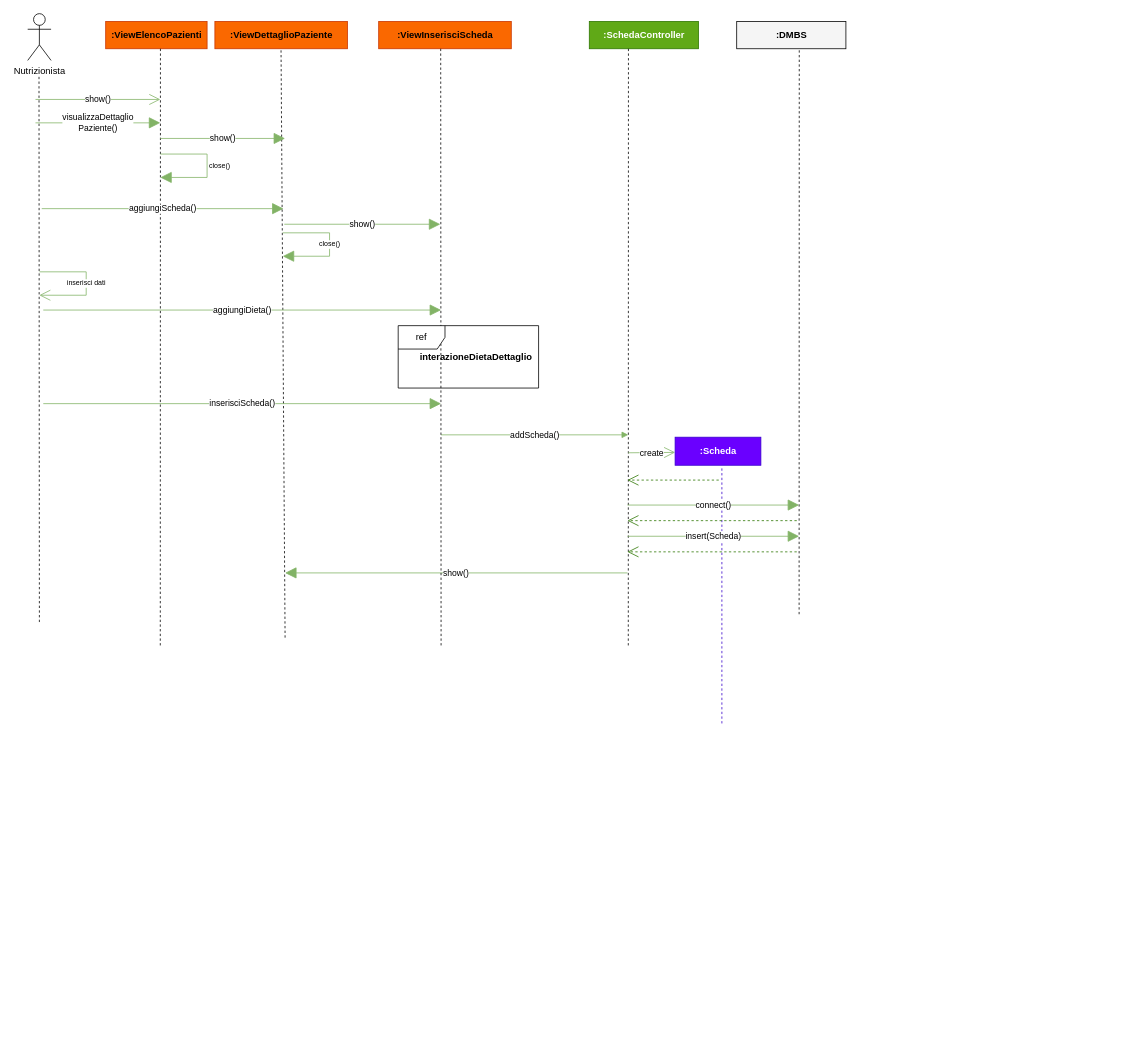
Earlier version of the draw.io diagram Interazioni/interazioneAggiungiSchedaDettaglio.drawio (DeborohNoah/IngSoft). Source tidied: cells renumbered, new cells numbered last; positions are measured from the earlier drawing's top-left corner, leaving out a move shared by most shapes. Both pictures are drawn from the tidied source at 78%, with x=0, y=0 at pixel (27, 13).
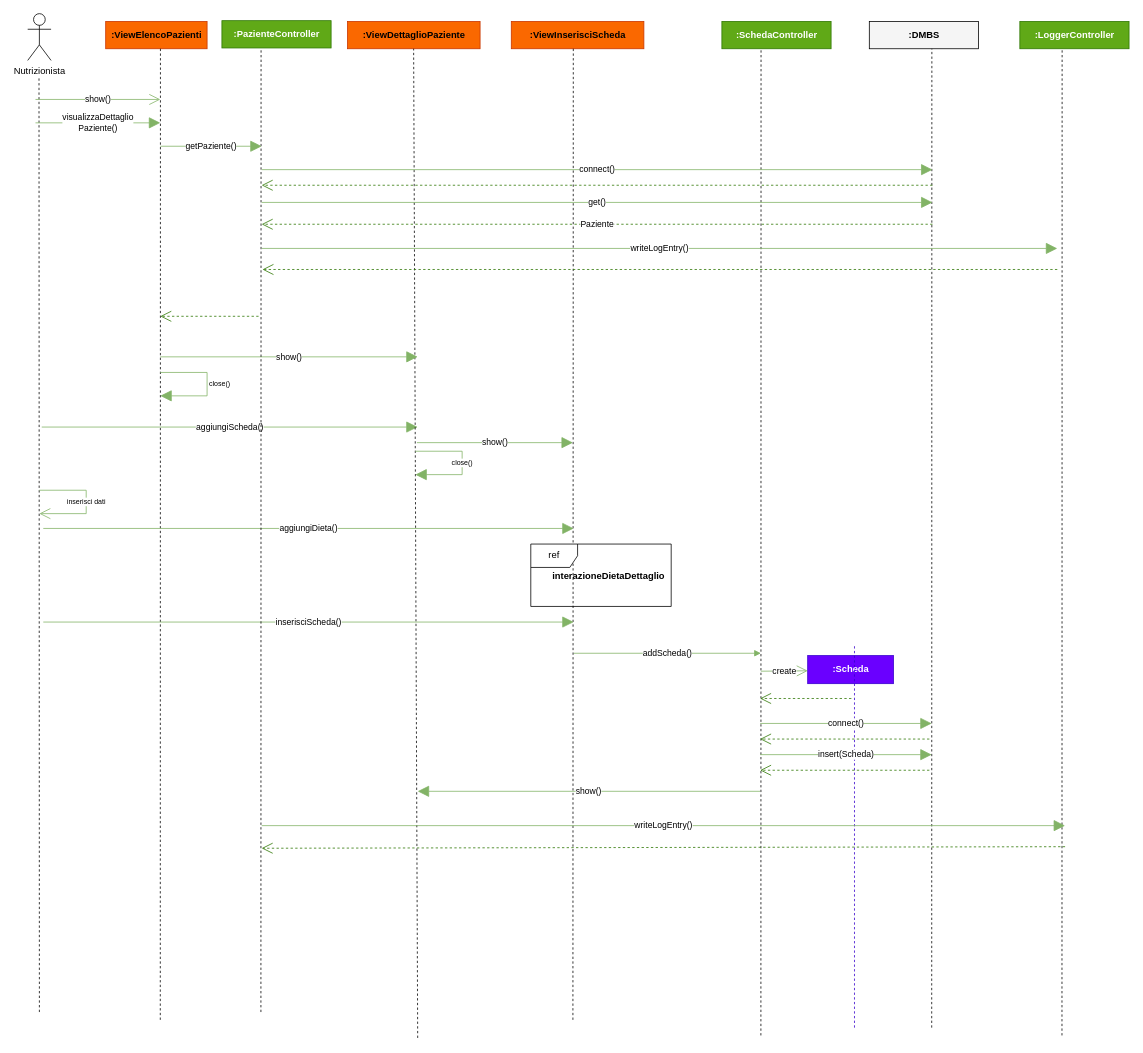
Above is the later version.

Commit message (it also covers changes not shown here):
correzioni diagrammi interazione

What changed in the source:
```diff
@@
     <mxCell id="3" style="endArrow=none;html=1;rounded=0;dashed=1;" parent="1" edge="1">
       <mxGeometry relative="1" as="geometry">
-        <mxPoint x="15" y="780" as="sourcePoint" />
+        <mxPoint x="15" y="1280" as="sourcePoint" />
         <mxPoint x="14.5" y="80" as="targetPoint" />
       </mxGeometry>
     </mxCell>
@@
     <mxCell id="5" style="endArrow=none;html=1;rounded=0;dashed=1;" parent="1" edge="1">
       <mxGeometry relative="1" as="geometry">
-        <mxPoint x="170" y="810" as="sourcePoint" />
+        <mxPoint x="170" y="1290" as="sourcePoint" />
         <mxPoint x="170.2" y="45" as="targetPoint" />
       </mxGeometry>
     </mxCell>
@@
     <mxCell id="8" value="&lt;b&gt;:SchedaController&lt;/b&gt;" style="html=1;fillColor=#60a917;fontColor=#ffffff;strokeColor=#2D7600;" parent="1" vertex="1">
-      <mxGeometry x="720" y="10" width="140" height="35" as="geometry" />
+      <mxGeometry x="890" y="10" width="140" height="35" as="geometry" />
     </mxCell>
     <mxCell id="9" style="endArrow=none;html=1;rounded=0;dashed=1;" parent="1" edge="1">
       <mxGeometry relative="1" as="geometry">
-        <mxPoint x="770" y="810" as="sourcePoint" />
-        <mxPoint x="770.2" y="45" as="targetPoint" />
+        <mxPoint x="940" y="1310" as="sourcePoint" />
+        <mxPoint x="940.2" y="45" as="targetPoint" />
       </mxGeometry>
     </mxCell>
     <mxCell id="10" value="aggiungiScheda()" style="endArrow=block;endSize=12;html=1;rounded=0;fillColor=#d5e8d4;gradientColor=#97d077;strokeColor=#82b366;endFill=1;" parent="1" edge="1">
       <mxGeometry relative="1" as="geometry">
-        <mxPoint x="18" y="250" as="sourcePoint" />
-        <mxPoint x="328" y="250" as="targetPoint" />
+        <mxPoint x="18" y="530" as="sourcePoint" />
+        <mxPoint x="500" y="530" as="targetPoint" />
       </mxGeometry>
     </mxCell>
     <mxCell id="11" value="create" style="endArrow=open;endSize=12;html=1;rounded=0;fillColor=#d5e8d4;gradientColor=#97d077;strokeColor=#82b366;entryX=0;entryY=0.5;entryDx=0;entryDy=0;" parent="1" edge="1">
       <mxGeometry relative="1" as="geometry">
-        <mxPoint x="770" y="563" as="sourcePoint" />
-        <mxPoint x="830" y="562.5" as="targetPoint" />
+        <mxPoint x="940" y="843" as="sourcePoint" />
+        <mxPoint x="1000" y="842.5" as="targetPoint" />
       </mxGeometry>
     </mxCell>
     <mxCell id="12" value="&lt;b&gt;:Scheda&lt;/b&gt;" style="html=1;fillColor=#6a00ff;fontColor=#ffffff;strokeColor=#3700CC;" parent="1" vertex="1">
-      <mxGeometry x="830" y="543" width="110" height="36" as="geometry" />
+      <mxGeometry x="1000" y="823" width="110" height="36" as="geometry" />
     </mxCell>
     <mxCell id="13" style="endArrow=none;html=1;rounded=0;dashed=1;fillColor=#6a00ff;strokeColor=#3700CC;" parent="1" edge="1">
       <mxGeometry relative="1" as="geometry">
-        <mxPoint x="890" y="910" as="sourcePoint" />
-        <mxPoint x="890" y="581" as="targetPoint" />
+        <mxPoint x="1060" y="1300" as="sourcePoint" />
+        <mxPoint x="1060" y="811" as="targetPoint" />
       </mxGeometry>
     </mxCell>
     <mxCell id="14" value="&lt;b&gt;:ViewDettaglioPaziente&lt;/b&gt;" style="html=1;fillColor=#fa6800;fontColor=#000000;strokeColor=#C73500;" parent="1" vertex="1">
-      <mxGeometry x="240" y="10" width="170" height="35" as="geometry" />
+      <mxGeometry x="410" y="10" width="170" height="35" as="geometry" />
     </mxCell>
     <mxCell id="15" style="endArrow=none;html=1;rounded=0;dashed=1;" parent="1" edge="1">
       <mxGeometry relative="1" as="geometry">
-        <mxPoint x="330" y="800" as="sourcePoint" />
-        <mxPoint x="324.8" y="45" as="targetPoint" />
+        <mxPoint x="500" y="1313.2" as="sourcePoint" />
+        <mxPoint x="494.8" y="45" as="targetPoint" />
       </mxGeometry>
     </mxCell>
     <mxCell id="16" value="show()" style="endArrow=block;endSize=12;html=1;rounded=0;fillColor=#d5e8d4;gradientColor=#97d077;strokeColor=#82b366;endFill=1;" parent="1" edge="1">
       <mxGeometry relative="1" as="geometry">
-        <mxPoint x="170" y="160" as="sourcePoint" />
-        <mxPoint x="330" y="160" as="targetPoint" />
+        <mxPoint x="170" y="440" as="sourcePoint" />
+        <mxPoint x="500" y="440" as="targetPoint" />
       </mxGeometry>
     </mxCell>
     <mxCell id="17" style="endArrow=block;endFill=1;endSize=12;html=1;rounded=0;fontSize=9;strokeColor=#82B366;" parent="1" edge="1">
       <mxGeometry relative="1" as="geometry">
-        <mxPoint x="170" y="180" as="sourcePoint" />
-        <mxPoint x="170" y="210" as="targetPoint" />
+        <mxPoint x="170" y="460" as="sourcePoint" />
+        <mxPoint x="170" y="490" as="targetPoint" />
         <Array as="points">
-          <mxPoint x="230" y="180" />
-          <mxPoint x="230" y="210" />
+          <mxPoint x="230" y="460" />
+          <mxPoint x="230" y="490" />
         </Array>
       </mxGeometry>
     </mxCell>
     <mxCell id="18" value="close()" style="text;html=1;align=center;verticalAlign=middle;strokeColor=none;fillColor=none;fontSize=9;" parent="1" vertex="1">
-      <mxGeometry x="226" y="185" width="40" height="20" as="geometry" />
+      <mxGeometry x="226" y="465" width="40" height="20" as="geometry" />
     </mxCell>
     <mxCell id="19" style="endArrow=open;endFill=1;endSize=12;html=1;rounded=0;fillColor=#60a917;strokeColor=#2D7600;dashed=1;" parent="1" edge="1">
       <mxGeometry relative="1" as="geometry">
-        <mxPoint x="886" y="598" as="sourcePoint" />
-        <mxPoint x="769" y="598" as="targetPoint" />
+        <mxPoint x="1056" y="878" as="sourcePoint" />
+        <mxPoint x="939" y="878" as="targetPoint" />
       </mxGeometry>
     </mxCell>
     <mxCell id="20" value="addScheda()" style="endArrow=none;endSize=12;html=1;rounded=0;fillColor=#d5e8d4;gradientColor=#97d077;strokeColor=#82b366;endFill=0;startArrow=block;startFill=1;" parent="1" edge="1">
       <mxGeometry relative="1" as="geometry">
-        <mxPoint x="770" y="540" as="sourcePoint" />
-        <mxPoint x="530" y="540" as="targetPoint" />
+        <mxPoint x="940" y="820" as="sourcePoint" />
+        <mxPoint x="700" y="820" as="targetPoint" />
       </mxGeometry>
     </mxCell>
     <mxCell id="21" value="show()" style="endArrow=block;endSize=12;html=1;rounded=0;fillColor=#d5e8d4;gradientColor=#97d077;strokeColor=#82b366;endFill=1;" parent="1" edge="1">
       <mxGeometry relative="1" as="geometry">
-        <mxPoint x="769" y="717" as="sourcePoint" />
-        <mxPoint x="330" y="717" as="targetPoint" />
+        <mxPoint x="939" y="997" as="sourcePoint" />
+        <mxPoint x="500" y="997" as="targetPoint" />
       </mxGeometry>
     </mxCell>
     <mxCell id="22" value="&lt;b&gt;&lt;font color=&quot;#000000&quot;&gt;:DMBS&lt;/font&gt;&lt;/b&gt;" style="html=1;fillColor=#F5F5F5;fontColor=#ffffff;strokeColor=#000000;" parent="1" vertex="1">
-      <mxGeometry x="909" y="10" width="140" height="35" as="geometry" />
+      <mxGeometry x="1079" y="10" width="140" height="35" as="geometry" />
     </mxCell>
     <mxCell id="23" style="endArrow=none;html=1;rounded=0;dashed=1;" parent="1" edge="1">
       <mxGeometry relative="1" as="geometry">
-        <mxPoint x="989" y="770" as="sourcePoint" />
-        <mxPoint x="989.2" y="45" as="targetPoint" />
+        <mxPoint x="1159" y="1300" as="sourcePoint" />
+        <mxPoint x="1159.2" y="45" as="targetPoint" />
       </mxGeometry>
     </mxCell>
     <mxCell id="24" value="connect()" style="endArrow=block;endSize=12;html=1;rounded=0;fillColor=#d5e8d4;gradientColor=#97d077;strokeColor=#82b366;endFill=1;" parent="1" edge="1">
       <mxGeometry relative="1" as="geometry">
-        <mxPoint x="769" y="630" as="sourcePoint" />
-        <mxPoint x="989" y="630" as="targetPoint" />
+        <mxPoint x="939" y="910" as="sourcePoint" />
+        <mxPoint x="1159" y="910" as="targetPoint" />
       </mxGeometry>
     </mxCell>
     <mxCell id="25" style="endArrow=open;endFill=1;endSize=12;html=1;rounded=0;fillColor=#60a917;strokeColor=#2D7600;dashed=1;" parent="1" edge="1">
       <mxGeometry relative="1" as="geometry">
-        <mxPoint x="986" y="650" as="sourcePoint" />
-        <mxPoint x="769" y="650" as="targetPoint" />
+        <mxPoint x="1156" y="930" as="sourcePoint" />
+        <mxPoint x="939" y="930" as="targetPoint" />
       </mxGeometry>
     </mxCell>
     <mxCell id="26" style="endArrow=open;endFill=1;endSize=12;html=1;rounded=0;fillColor=#60a917;strokeColor=#2D7600;dashed=1;" parent="1" edge="1">
       <mxGeometry relative="1" as="geometry">
-        <mxPoint x="986" y="690" as="sourcePoint" />
-        <mxPoint x="769" y="690" as="targetPoint" />
+        <mxPoint x="1156" y="970" as="sourcePoint" />
+        <mxPoint x="939" y="970" as="targetPoint" />
       </mxGeometry>
     </mxCell>
     <mxCell id="27" value="insert(Scheda)" style="endArrow=block;endSize=12;html=1;rounded=0;fillColor=#d5e8d4;gradientColor=#97d077;strokeColor=#82b366;endFill=1;" parent="1" edge="1">
       <mxGeometry relative="1" as="geometry">
-        <mxPoint x="769" y="670" as="sourcePoint" />
-        <mxPoint x="989" y="670" as="targetPoint" />
+        <mxPoint x="939" y="950" as="sourcePoint" />
+        <mxPoint x="1159" y="950" as="targetPoint" />
       </mxGeometry>
     </mxCell>
     <mxCell id="28" value="&lt;b&gt;:ViewInserisciScheda&lt;/b&gt;" style="html=1;fillColor=#fa6800;fontColor=#000000;strokeColor=#C73500;" parent="1" vertex="1">
-      <mxGeometry x="450" y="10" width="170" height="35" as="geometry" />
+      <mxGeometry x="620" y="10" width="170" height="35" as="geometry" />
     </mxCell>
     <mxCell id="29" style="endArrow=none;html=1;rounded=0;dashed=1;" parent="1" edge="1">
       <mxGeometry relative="1" as="geometry">
-        <mxPoint x="530" y="810" as="sourcePoint" />
-        <mxPoint x="529.5" y="45" as="targetPoint" />
+        <mxPoint x="699" y="1290" as="sourcePoint" />
+        <mxPoint x="699.5" y="45" as="targetPoint" />
       </mxGeometry>
     </mxCell>
     <mxCell id="30" value="close()" style="endArrow=block;endFill=1;endSize=12;html=1;rounded=0;fontSize=9;strokeColor=#82B366;" parent="1" edge="1">
       <mxGeometry relative="1" as="geometry">
-        <mxPoint x="327" y="281" as="sourcePoint" />
-        <mxPoint x="327" y="311" as="targetPoint" />
+        <mxPoint x="497" y="561" as="sourcePoint" />
+        <mxPoint x="497" y="591" as="targetPoint" />
         <Array as="points">
-          <mxPoint x="387" y="281" />
-          <mxPoint x="387" y="311" />
+          <mxPoint x="557" y="561" />
+          <mxPoint x="557" y="591" />
         </Array>
       </mxGeometry>
     </mxCell>
     <mxCell id="31" value="show()" style="endArrow=block;endSize=12;html=1;rounded=0;fillColor=#d5e8d4;gradientColor=#97d077;strokeColor=#82b366;endFill=1;" parent="1" edge="1">
       <mxGeometry relative="1" as="geometry">
-        <mxPoint x="329" y="270" as="sourcePoint" />
-        <mxPoint x="529" y="270" as="targetPoint" />
+        <mxPoint x="499" y="550" as="sourcePoint" />
+        <mxPoint x="699" y="550" as="targetPoint" />
       </mxGeometry>
     </mxCell>
     <mxCell id="32" value="inserisci dati" style="endArrow=open;endFill=0;endSize=12;html=1;rounded=0;fontSize=9;strokeColor=#82B366;" parent="1" edge="1">
       <mxGeometry relative="1" as="geometry">
-        <mxPoint x="15" y="331" as="sourcePoint" />
-        <mxPoint x="15" y="361" as="targetPoint" />
+        <mxPoint x="15" y="611" as="sourcePoint" />
+        <mxPoint x="15" y="641" as="targetPoint" />
         <Array as="points">
-          <mxPoint x="75" y="331" />
-          <mxPoint x="75" y="361" />
+          <mxPoint x="75" y="611" />
+          <mxPoint x="75" y="641" />
         </Array>
       </mxGeometry>
     </mxCell>
     <mxCell id="33" value="aggiungiDieta()" style="endArrow=block;endSize=12;html=1;rounded=0;fillColor=#d5e8d4;gradientColor=#97d077;strokeColor=#82b366;endFill=1;" parent="1" edge="1">
       <mxGeometry relative="1" as="geometry">
-        <mxPoint x="20" y="380" as="sourcePoint" />
-        <mxPoint x="530" y="380" as="targetPoint" />
+        <mxPoint x="20" y="660" as="sourcePoint" />
+        <mxPoint x="700" y="660" as="targetPoint" />
       </mxGeometry>
     </mxCell>
     <mxCell id="34" value="ref" style="shape=umlFrame;whiteSpace=wrap;html=1;" parent="1" vertex="1">
-      <mxGeometry x="475" y="400" width="180" height="80" as="geometry" />
+      <mxGeometry x="645" y="680" width="180" height="80" as="geometry" />
     </mxCell>
     <mxCell id="35" value="interazioneDietaDettaglio" style="text;align=center;fontStyle=1;verticalAlign=middle;spacingLeft=3;spacingRight=3;strokeColor=none;" parent="1" vertex="1">
-      <mxGeometry x="535" y="427" width="80" height="26" as="geometry" />
+      <mxGeometry x="705" y="707" width="80" height="26" as="geometry" />
     </mxCell>
     <mxCell id="36" value="inserisciScheda()" style="endArrow=block;endSize=12;html=1;rounded=0;fillColor=#d5e8d4;gradientColor=#97d077;strokeColor=#82b366;endFill=1;" parent="1" edge="1">
       <mxGeometry relative="1" as="geometry">
-        <mxPoint x="20" y="500" as="sourcePoint" />
-        <mxPoint x="530" y="500" as="targetPoint" />
+        <mxPoint x="20" y="780" as="sourcePoint" />
+        <mxPoint x="700" y="780" as="targetPoint" />
       </mxGeometry>
     </mxCell>
+    <mxCell id="37" value="&lt;b&gt;:LoggerController&lt;/b&gt;" style="html=1;fillColor=#60a917;fontColor=#ffffff;strokeColor=#2D7600;" parent="1" vertex="1">
+      <mxGeometry x="1272" y="10" width="140" height="35" as="geometry" />
+    </mxCell>
+    <mxCell id="38" style="endArrow=none;html=1;rounded=0;dashed=1;" parent="1" edge="1">
+      <mxGeometry relative="1" as="geometry">
+        <mxPoint x="1326" y="1310" as="sourcePoint" />
+        <mxPoint x="1326.2" y="45" as="targetPoint" />
+      </mxGeometry>
+    </mxCell>
+    <mxCell id="39" value="&lt;b&gt;:PazienteController&lt;/b&gt;" style="html=1;fillColor=#60a917;fontColor=#ffffff;strokeColor=#2D7600;" parent="1" vertex="1">
+      <mxGeometry x="249" y="9" width="140" height="35" as="geometry" />
+    </mxCell>
+    <mxCell id="40" style="endArrow=none;html=1;rounded=0;dashed=1;" parent="1" edge="1">
+      <mxGeometry relative="1" as="geometry">
+        <mxPoint x="299" y="1280" as="sourcePoint" />
+        <mxPoint x="299.2" y="44" as="targetPoint" />
+      </mxGeometry>
+    </mxCell>
+    <mxCell id="41" value="getPaziente()" style="endArrow=block;endSize=12;html=1;rounded=0;fillColor=#d5e8d4;gradientColor=#97d077;strokeColor=#82b366;endFill=1;" parent="1" edge="1">
+      <mxGeometry relative="1" as="geometry">
+        <mxPoint x="170" y="170" as="sourcePoint" />
+        <mxPoint x="300" y="170" as="targetPoint" />
+      </mxGeometry>
+    </mxCell>
+    <mxCell id="42" style="endArrow=open;endFill=1;endSize=12;html=1;rounded=0;fillColor=#60a917;strokeColor=#2D7600;dashed=1;" parent="1" edge="1">
+      <mxGeometry relative="1" as="geometry">
+        <mxPoint x="296" y="388" as="sourcePoint" />
+        <mxPoint x="170" y="388" as="targetPoint" />
+      </mxGeometry>
+    </mxCell>
+    <mxCell id="43" value="writeLogEntry()" style="endArrow=block;endSize=12;html=1;rounded=0;fillColor=#d5e8d4;gradientColor=#97d077;strokeColor=#82b366;endFill=1;" parent="1" edge="1">
+      <mxGeometry relative="1" as="geometry">
+        <mxPoint x="300" y="301" as="sourcePoint" />
+        <mxPoint x="1320" y="301" as="targetPoint" />
+      </mxGeometry>
+    </mxCell>
+    <mxCell id="44" style="endArrow=open;endFill=1;endSize=12;html=1;rounded=0;fillColor=#60a917;strokeColor=#2D7600;dashed=1;" parent="1" edge="1">
+      <mxGeometry relative="1" as="geometry">
+        <mxPoint x="1320" y="328" as="sourcePoint" />
+        <mxPoint x="301" y="328" as="targetPoint" />
+      </mxGeometry>
+    </mxCell>
+    <mxCell id="45" value="connect()" style="endArrow=block;endSize=12;html=1;rounded=0;fillColor=#d5e8d4;gradientColor=#97d077;strokeColor=#82b366;endFill=1;" parent="1" edge="1">
+      <mxGeometry relative="1" as="geometry">
+        <mxPoint x="300" y="200" as="sourcePoint" />
+        <mxPoint x="1160" y="200" as="targetPoint" />
+      </mxGeometry>
+    </mxCell>
+    <mxCell id="46" style="endArrow=open;endFill=1;endSize=12;html=1;rounded=0;fillColor=#60a917;strokeColor=#2D7600;dashed=1;" parent="1" edge="1">
+      <mxGeometry relative="1" as="geometry">
+        <mxPoint x="1160" y="220" as="sourcePoint" />
+        <mxPoint x="300" y="220" as="targetPoint" />
+      </mxGeometry>
+    </mxCell>
+    <mxCell id="47" value="Paziente" style="endArrow=open;endFill=1;endSize=12;html=1;rounded=0;fillColor=#60a917;strokeColor=#2D7600;dashed=1;" parent="1" edge="1">
+      <mxGeometry relative="1" as="geometry">
+        <mxPoint x="1160" y="270" as="sourcePoint" />
+        <mxPoint x="300" y="270" as="targetPoint" />
+      </mxGeometry>
+    </mxCell>
+    <mxCell id="48" value="get()" style="endArrow=block;endSize=12;html=1;rounded=0;fillColor=#d5e8d4;gradientColor=#97d077;strokeColor=#82b366;endFill=1;" parent="1" edge="1">
+      <mxGeometry relative="1" as="geometry">
+        <mxPoint x="300" y="242" as="sourcePoint" />
+        <mxPoint x="1160" y="242" as="targetPoint" />
+      </mxGeometry>
+    </mxCell>
+    <mxCell id="49" value="writeLogEntry()" style="endArrow=block;endSize=12;html=1;rounded=0;fillColor=#d5e8d4;gradientColor=#97d077;strokeColor=#82b366;endFill=1;" parent="1" edge="1">
+      <mxGeometry relative="1" as="geometry">
+        <mxPoint x="300" y="1041" as="sourcePoint" />
+        <mxPoint x="1330" y="1041" as="targetPoint" />
+      </mxGeometry>
+    </mxCell>
+    <mxCell id="50" style="endArrow=open;endFill=1;endSize=12;html=1;rounded=0;fillColor=#60a917;strokeColor=#2D7600;dashed=1;" parent="1" edge="1">
+      <mxGeometry relative="1" as="geometry">
+        <mxPoint x="1330" y="1068" as="sourcePoint" />
+        <mxPoint x="300" y="1070" as="targetPoint" />
+      </mxGeometry>
+    </mxCell>
```
